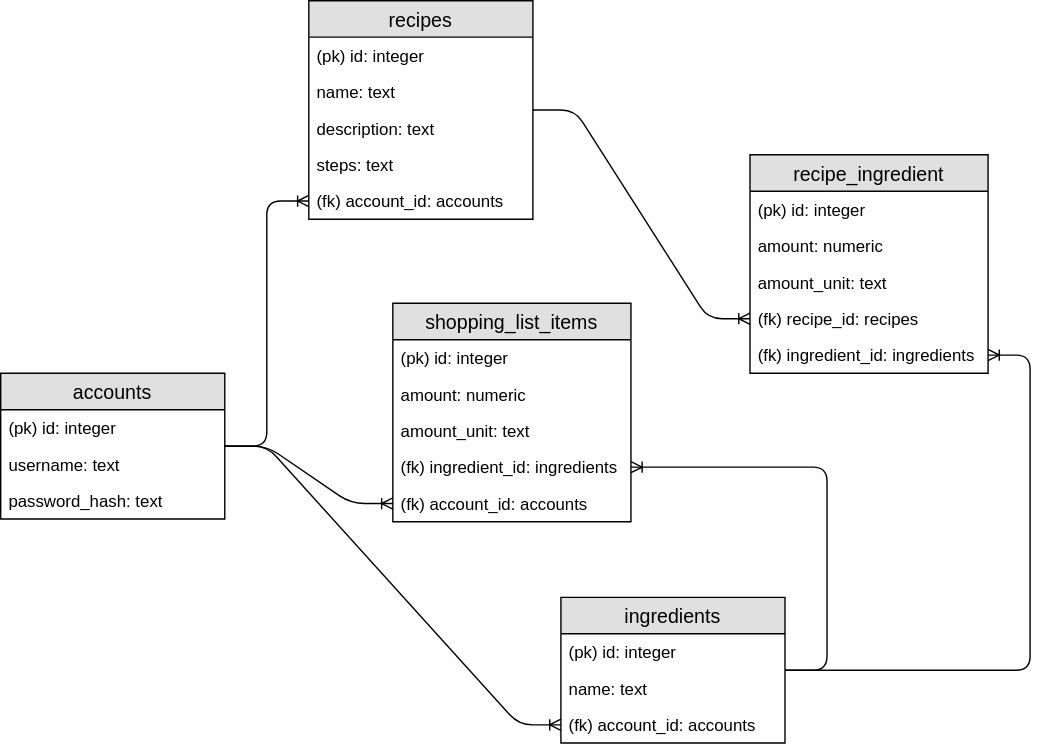
lassilaiho/tsoha-2020 keeps this draw.io diagram as docs/database-diagram.svg. Above is the earlier version. Source tidied: cells renumbered, new cells last; positions are measured from the earlier drawing's top-left corner, leaving out a move shared by most shapes.
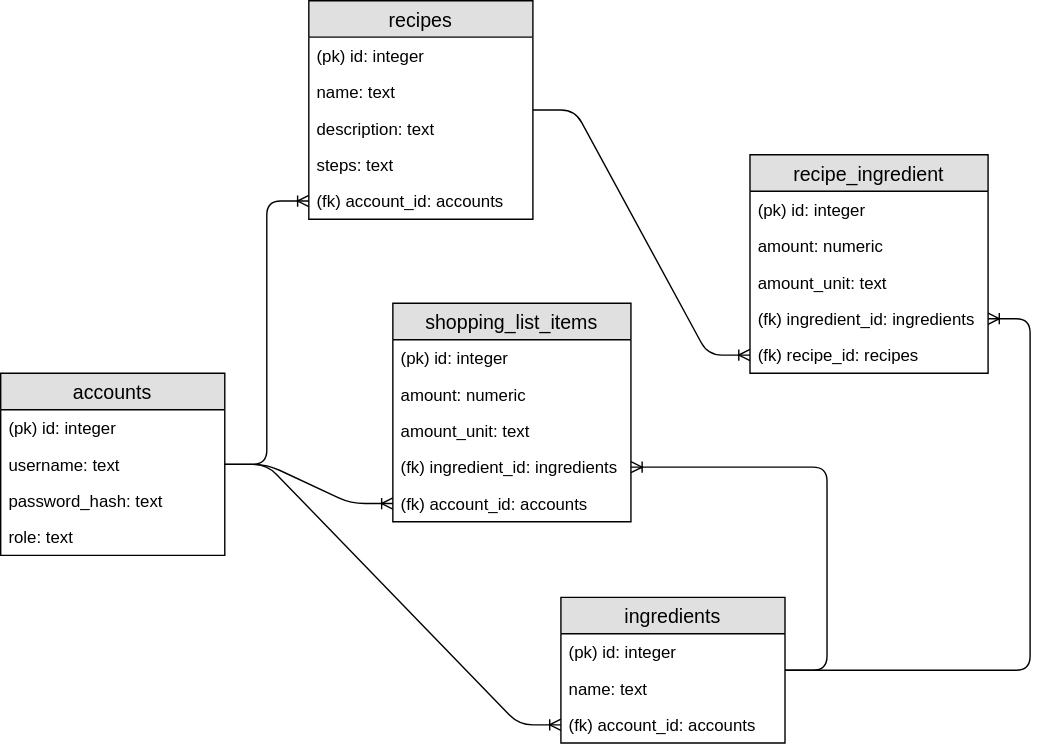
The same file after the commit.

Change to the diagram source:
```diff
@@ -3,7 +3,7 @@
     <mxCell id="0" />
     <mxCell id="1" parent="0" />
     <mxCell id="2" value="accounts" style="swimlane;fontStyle=0;horizontal=1;startSize=26;fillColor=#e0e0e0;swimlaneFillColor=#ffffff;align=center;fontSize=14;" parent="1" vertex="1">
-      <mxGeometry y="266" width="160" height="104" as="geometry" />
+      <mxGeometry y="266" width="160" height="130" as="geometry" />
     </mxCell>
     <mxCell id="3" value="(pk) id: integer" style="text;strokeColor=none;fillColor=none;spacingLeft=4;spacingRight=4;overflow=hidden;fontSize=12;" parent="2" vertex="1">
       <mxGeometry y="26" width="160" height="26" as="geometry" />
@@ -14,89 +14,92 @@
     <mxCell id="5" value="password_hash: text" style="text;strokeColor=none;fillColor=none;spacingLeft=4;spacingRight=4;overflow=hidden;fontSize=12;" parent="2" vertex="1">
       <mxGeometry y="78" width="160" height="26" as="geometry" />
     </mxCell>
-    <mxCell id="6" value="recipes" style="swimlane;fontStyle=0;horizontal=1;startSize=26;fillColor=#e0e0e0;swimlaneFillColor=#ffffff;align=center;fontSize=14;" parent="1" vertex="1">
-      <mxGeometry x="220" width="160" height="156" as="geometry" />
+    <mxCell id="6" value="role: text" style="text;strokeColor=none;fillColor=none;spacingLeft=4;spacingRight=4;overflow=hidden;points=[[0,0.5],[1,0.5]];portConstraint=eastwest;fontSize=12;" parent="2" vertex="1">
+      <mxGeometry y="104" width="160" height="26" as="geometry" />
     </mxCell>
-    <mxCell id="7" value="(pk) id: integer" style="text;strokeColor=none;fillColor=none;spacingLeft=4;spacingRight=4;overflow=hidden;points=[[0,0.5],[1,0.5]];portConstraint=eastwest;fontSize=12;" parent="6" vertex="1">
-      <mxGeometry y="26" width="160" height="26" as="geometry" />
+    <mxCell id="7" value="recipes" style="swimlane;fontStyle=0;horizontal=1;startSize=26;fillColor=#e0e0e0;swimlaneFillColor=#ffffff;align=center;fontSize=14;" parent="1" vertex="1">
+      <mxGeometry x="220" width="160" height="156" as="geometry" />
     </mxCell>
-    <mxCell id="8" value="name: text" style="text;strokeColor=none;fillColor=none;spacingLeft=4;spacingRight=4;overflow=hidden;fontSize=12;" parent="6" vertex="1">
-      <mxGeometry y="52" width="160" height="26" as="geometry" />
+    <mxCell id="8" value="(pk) id: integer" style="text;strokeColor=none;fillColor=none;spacingLeft=4;spacingRight=4;overflow=hidden;fontSize=12;" parent="7" vertex="1">
+      <mxGeometry y="26" width="160" height="26" as="geometry" />
     </mxCell>
-    <mxCell id="9" value="description: text" style="text;strokeColor=none;fillColor=none;spacingLeft=4;spacingRight=4;overflow=hidden;fontSize=12;" parent="6" vertex="1">
-      <mxGeometry y="78" width="160" height="26" as="geometry" />
+    <mxCell id="9" value="name: text" style="text;strokeColor=none;fillColor=none;spacingLeft=4;spacingRight=4;overflow=hidden;fontSize=12;" parent="7" vertex="1">
+      <mxGeometry y="52" width="160" height="26" as="geometry" />
     </mxCell>
-    <mxCell id="10" value="steps: text" style="text;strokeColor=none;fillColor=none;spacingLeft=4;spacingRight=4;overflow=hidden;fontSize=12;" parent="6" vertex="1">
-      <mxGeometry y="104" width="160" height="26" as="geometry" />
+    <mxCell id="10" value="description: text" style="text;strokeColor=none;fillColor=none;spacingLeft=4;spacingRight=4;overflow=hidden;fontSize=12;" parent="7" vertex="1">
+      <mxGeometry y="78" width="160" height="26" as="geometry" />
     </mxCell>
-    <mxCell id="11" value="(fk) account_id: accounts" style="text;strokeColor=none;fillColor=none;spacingLeft=4;spacingRight=4;overflow=hidden;points=[[0,0.5],[1,0.5]];portConstraint=eastwest;fontSize=12;" parent="6" vertex="1">
-      <mxGeometry y="130" width="160" height="26" as="geometry" />
+    <mxCell id="11" value="steps: text" style="text;strokeColor=none;fillColor=none;spacingLeft=4;spacingRight=4;overflow=hidden;points=[[0,0.5],[1,0.5]];portConstraint=eastwest;fontSize=12;" parent="7" vertex="1">
+      <mxGeometry y="104" width="160" height="26" as="geometry" />
     </mxCell>
-    <mxCell id="12" value="ingredients" style="swimlane;fontStyle=0;horizontal=1;startSize=26;fillColor=#e0e0e0;swimlaneFillColor=#ffffff;align=center;fontSize=14;" parent="1" vertex="1">
-      <mxGeometry x="400" y="426" width="160" height="104" as="geometry" />
+    <mxCell id="12" value="(fk) account_id: accounts" style="text;strokeColor=none;fillColor=none;spacingLeft=4;spacingRight=4;overflow=hidden;points=[[0,0.5],[1,0.5]];portConstraint=eastwest;fontSize=12;" parent="7" vertex="1">
+      <mxGeometry y="130" width="160" height="26" as="geometry" />
     </mxCell>
-    <mxCell id="13" value="(pk) id: integer" style="text;strokeColor=none;fillColor=none;spacingLeft=4;spacingRight=4;overflow=hidden;points=[[0,0.5],[1,0.5]];portConstraint=eastwest;fontSize=12;" parent="12" vertex="1">
-      <mxGeometry y="26" width="160" height="26" as="geometry" />
+    <mxCell id="13" value="ingredients" style="swimlane;fontStyle=0;horizontal=1;startSize=26;fillColor=#e0e0e0;swimlaneFillColor=#ffffff;align=center;fontSize=14;" parent="1" vertex="1">
+      <mxGeometry x="400" y="426" width="160" height="104" as="geometry" />
     </mxCell>
-    <mxCell id="14" value="name: text" style="text;strokeColor=none;fillColor=none;spacingLeft=4;spacingRight=4;overflow=hidden;fontSize=12;" parent="12" vertex="1">
-      <mxGeometry y="52" width="160" height="26" as="geometry" />
+    <mxCell id="14" value="(pk) id: integer" style="text;strokeColor=none;fillColor=none;spacingLeft=4;spacingRight=4;overflow=hidden;fontSize=12;" parent="13" vertex="1">
+      <mxGeometry y="26" width="160" height="26" as="geometry" />
     </mxCell>
-    <mxCell id="15" value="(fk) account_id: accounts" style="text;strokeColor=none;fillColor=none;spacingLeft=4;spacingRight=4;overflow=hidden;points=[[0,0.5],[1,0.5]];portConstraint=eastwest;fontSize=12;" parent="12" vertex="1">
-      <mxGeometry y="78" width="160" height="26" as="geometry" />
+    <mxCell id="15" value="name: text" style="text;strokeColor=none;fillColor=none;spacingLeft=4;spacingRight=4;overflow=hidden;points=[[0,0.5],[1,0.5]];portConstraint=eastwest;fontSize=12;" parent="13" vertex="1">
+      <mxGeometry y="52" width="160" height="26" as="geometry" />
     </mxCell>
-    <mxCell id="16" style="edgeStyle=entityRelationEdgeStyle;fontSize=12;html=1;endArrow=ERoneToMany;" parent="1" edge="1" source="2" target="11">
-      <mxGeometry relative="1" as="geometry" />
+    <mxCell id="16" value="(fk) account_id: accounts" style="text;strokeColor=none;fillColor=none;spacingLeft=4;spacingRight=4;overflow=hidden;points=[[0,0.5],[1,0.5]];portConstraint=eastwest;fontSize=12;" parent="13" vertex="1">
+      <mxGeometry y="78" width="160" height="26" as="geometry" />
     </mxCell>
-    <mxCell id="17" value="shopping_list_items" style="swimlane;fontStyle=0;horizontal=1;startSize=26;fillColor=#e0e0e0;swimlaneFillColor=#ffffff;align=center;fontSize=14;" parent="1" vertex="1">
-      <mxGeometry x="280" y="216" width="170" height="156" as="geometry" />
+    <mxCell id="17" style="edgeStyle=entityRelationEdgeStyle;fontSize=12;html=1;endArrow=ERoneToMany;" parent="1" edge="1" source="2" target="12">
+      <mxGeometry relative="1" as="geometry" />
     </mxCell>
-    <mxCell id="18" value="(pk) id: integer" style="text;strokeColor=none;fillColor=none;spacingLeft=4;spacingRight=4;overflow=hidden;fontSize=12;" parent="17" vertex="1">
-      <mxGeometry y="26" width="170" height="26" as="geometry" />
+    <mxCell id="18" value="shopping_list_items" style="swimlane;fontStyle=0;horizontal=1;startSize=26;fillColor=#e0e0e0;swimlaneFillColor=#ffffff;align=center;fontSize=14;" parent="1" vertex="1">
+      <mxGeometry x="280" y="216" width="170" height="156" as="geometry" />
     </mxCell>
-    <mxCell id="19" value="amount: numeric" style="text;strokeColor=none;fillColor=none;spacingLeft=4;spacingRight=4;overflow=hidden;fontSize=12;" parent="17" vertex="1">
-      <mxGeometry y="52" width="170" height="26" as="geometry" />
+    <mxCell id="19" value="(pk) id: integer" style="text;strokeColor=none;fillColor=none;spacingLeft=4;spacingRight=4;overflow=hidden;fontSize=12;" parent="18" vertex="1">
+      <mxGeometry y="26" width="170" height="26" as="geometry" />
     </mxCell>
-    <mxCell id="20" value="amount_unit: text" style="text;strokeColor=none;fillColor=none;spacingLeft=4;spacingRight=4;overflow=hidden;fontSize=12;" parent="17" vertex="1">
-      <mxGeometry y="78" width="170" height="26" as="geometry" />
+    <mxCell id="20" value="amount: numeric" style="text;strokeColor=none;fillColor=none;spacingLeft=4;spacingRight=4;overflow=hidden;fontSize=12;" parent="18" vertex="1">
+      <mxGeometry y="52" width="170" height="26" as="geometry" />
     </mxCell>
-    <mxCell id="21" value="(fk) ingredient_id: ingredients" style="text;strokeColor=none;fillColor=none;spacingLeft=4;spacingRight=4;overflow=hidden;points=[[0,0.5],[1,0.5]];portConstraint=eastwest;fontSize=12;" parent="17" vertex="1">
-      <mxGeometry y="104" width="170" height="26" as="geometry" />
+    <mxCell id="21" value="amount_unit: text" style="text;strokeColor=none;fillColor=none;spacingLeft=4;spacingRight=4;overflow=hidden;points=[[0,0.5],[1,0.5]];portConstraint=eastwest;fontSize=12;" parent="18" vertex="1">
+      <mxGeometry y="78" width="170" height="26" as="geometry" />
     </mxCell>
-    <mxCell id="22" value="(fk) account_id: accounts" style="text;strokeColor=none;fillColor=none;spacingLeft=4;spacingRight=4;overflow=hidden;points=[[0,0.5],[1,0.5]];portConstraint=eastwest;fontSize=12;" parent="17" vertex="1">
-      <mxGeometry y="130" width="170" height="26" as="geometry" />
+    <mxCell id="22" value="(fk) ingredient_id: ingredients" style="text;strokeColor=none;fillColor=none;spacingLeft=4;spacingRight=4;overflow=hidden;points=[[0,0.5],[1,0.5]];portConstraint=eastwest;fontSize=12;" parent="18" vertex="1">
+      <mxGeometry y="104" width="170" height="26" as="geometry" />
     </mxCell>
-    <mxCell id="23" value="recipe_ingredient" style="swimlane;fontStyle=0;horizontal=1;startSize=26;fillColor=#e0e0e0;swimlaneFillColor=#ffffff;align=center;fontSize=14;" parent="1" vertex="1">
-      <mxGeometry x="535" y="110" width="170" height="156" as="geometry" />
+    <mxCell id="23" value="(fk) account_id: accounts" style="text;strokeColor=none;fillColor=none;spacingLeft=4;spacingRight=4;overflow=hidden;points=[[0,0.5],[1,0.5]];portConstraint=eastwest;fontSize=12;" parent="18" vertex="1">
+      <mxGeometry y="130" width="170" height="26" as="geometry" />
     </mxCell>
-    <mxCell id="24" value="(pk) id: integer" style="text;strokeColor=none;fillColor=none;spacingLeft=4;spacingRight=4;overflow=hidden;fontSize=12;" parent="23" vertex="1">
-      <mxGeometry y="26" width="170" height="26" as="geometry" />
+    <mxCell id="24" value="recipe_ingredient" style="swimlane;fontStyle=0;horizontal=1;startSize=26;fillColor=#e0e0e0;swimlaneFillColor=#ffffff;align=center;fontSize=14;" parent="1" vertex="1">
+      <mxGeometry x="535" y="110" width="170" height="156" as="geometry" />
     </mxCell>
-    <mxCell id="25" value="amount: numeric" style="text;strokeColor=none;fillColor=none;spacingLeft=4;spacingRight=4;overflow=hidden;fontSize=12;" parent="23" vertex="1">
-      <mxGeometry y="52" width="170" height="26" as="geometry" />
+    <mxCell id="25" value="(pk) id: integer" style="text;strokeColor=none;fillColor=none;spacingLeft=4;spacingRight=4;overflow=hidden;fontSize=12;" parent="24" vertex="1">
+      <mxGeometry y="26" width="170" height="26" as="geometry" />
     </mxCell>
-    <mxCell id="26" value="amount_unit: text" style="text;strokeColor=none;fillColor=none;spacingLeft=4;spacingRight=4;overflow=hidden;fontSize=12;" parent="23" vertex="1">
-      <mxGeometry y="78" width="170" height="26" as="geometry" />
+    <mxCell id="26" value="amount: numeric" style="text;strokeColor=none;fillColor=none;spacingLeft=4;spacingRight=4;overflow=hidden;fontSize=12;" parent="24" vertex="1">
+      <mxGeometry y="52" width="170" height="26" as="geometry" />
     </mxCell>
-    <mxCell id="27" value="(fk) recipe_id: recipes" style="text;strokeColor=none;fillColor=none;spacingLeft=4;spacingRight=4;overflow=hidden;points=[[0,0.5],[1,0.5]];portConstraint=eastwest;fontSize=12;" parent="23" vertex="1">
-      <mxGeometry y="104" width="170" height="26" as="geometry" />
+    <mxCell id="27" value="amount_unit: text" style="text;strokeColor=none;fillColor=none;spacingLeft=4;spacingRight=4;overflow=hidden;points=[[0,0.5],[1,0.5]];portConstraint=eastwest;fontSize=12;" parent="24" vertex="1">
+      <mxGeometry y="78" width="170" height="26" as="geometry" />
     </mxCell>
-    <mxCell id="28" value="(fk) ingredient_id: ingredients" style="text;strokeColor=none;fillColor=none;spacingLeft=4;spacingRight=4;overflow=hidden;points=[[0,0.5],[1,0.5]];portConstraint=eastwest;fontSize=12;" parent="23" vertex="1">
-      <mxGeometry y="130" width="170" height="26" as="geometry" />
+    <mxCell id="28" value="(fk) ingredient_id: ingredients" style="text;strokeColor=none;fillColor=none;spacingLeft=4;spacingRight=4;overflow=hidden;points=[[0,0.5],[1,0.5]];portConstraint=eastwest;fontSize=12;" parent="24" vertex="1">
+      <mxGeometry y="104" width="170" height="26" as="geometry" />
     </mxCell>
-    <mxCell id="29" style="edgeStyle=entityRelationEdgeStyle;fontSize=12;html=1;endArrow=ERoneToMany;" parent="1" edge="1" source="2" target="22">
-      <mxGeometry relative="1" as="geometry" />
+    <mxCell id="29" value="(fk) recipe_id: recipes" style="text;strokeColor=none;fillColor=none;spacingLeft=4;spacingRight=4;overflow=hidden;points=[[0,0.5],[1,0.5]];portConstraint=eastwest;fontSize=12;" parent="24" vertex="1">
+      <mxGeometry y="130" width="170" height="26" as="geometry" />
     </mxCell>
-    <mxCell id="30" style="edgeStyle=entityRelationEdgeStyle;fontSize=12;html=1;endArrow=ERoneToMany;" parent="1" edge="1" source="2" target="15">
+    <mxCell id="30" style="edgeStyle=entityRelationEdgeStyle;fontSize=12;html=1;endArrow=ERoneToMany;" parent="1" edge="1" source="2" target="23">
       <mxGeometry relative="1" as="geometry" />
     </mxCell>
-    <mxCell id="31" style="edgeStyle=entityRelationEdgeStyle;fontSize=12;html=1;endArrow=ERoneToMany;" parent="1" edge="1" source="12" target="21">
+    <mxCell id="31" style="edgeStyle=entityRelationEdgeStyle;fontSize=12;html=1;endArrow=ERoneToMany;" parent="1" edge="1" source="2" target="16">
       <mxGeometry relative="1" as="geometry" />
     </mxCell>
-    <mxCell id="32" style="edgeStyle=entityRelationEdgeStyle;fontSize=12;html=1;endArrow=ERoneToMany;" parent="1" edge="1" source="12" target="28">
+    <mxCell id="32" style="edgeStyle=entityRelationEdgeStyle;fontSize=12;html=1;endArrow=ERoneToMany;" parent="1" edge="1" source="13" target="22">
       <mxGeometry relative="1" as="geometry" />
     </mxCell>
-    <mxCell id="33" style="edgeStyle=entityRelationEdgeStyle;fontSize=12;html=1;endArrow=ERoneToMany;" parent="1" edge="1" source="6" target="27">
+    <mxCell id="33" style="edgeStyle=entityRelationEdgeStyle;fontSize=12;html=1;endArrow=ERoneToMany;" parent="1" edge="1" source="13" target="28">
       <mxGeometry relative="1" as="geometry" />
     </mxCell>
+    <mxCell id="34" style="edgeStyle=entityRelationEdgeStyle;fontSize=12;html=1;endArrow=ERoneToMany;" parent="1" edge="1" source="7" target="29">
+      <mxGeometry relative="1" as="geometry" />
+    </mxCell>
   </root>
 </mxGraphModel>
```
